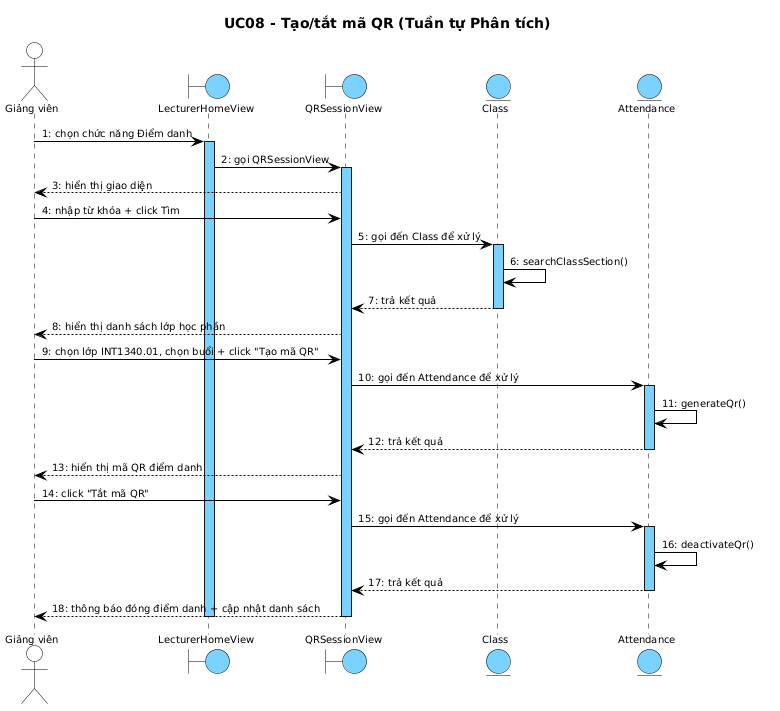
The PlantUML diagram report/diagrams/seq_analysis_uc08.png in thanhtrnnn/universe, before a commit.
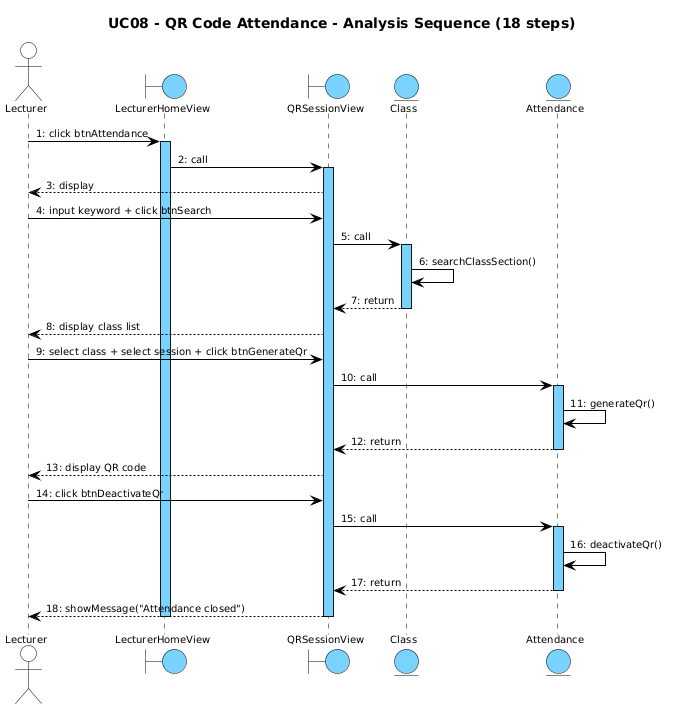
The same diagram one commit later.

Diff of the diagram source:
```diff
@@ -10,47 +10,76 @@
   FontName "Arial"
   FontSize 10
   FontColor #000000
-  boundary { BackgroundColor #7AD2FF; LineColor #000000 }
-  entity { BackgroundColor #7AD2FF; LineColor #000000 }
-  actor { BackgroundColor transparent; LineColor #000000 }
-  lifeline { LineColor #000000; LineStyle 5-5 }
-  arrow { LineColor #000000; LineThickness 1; FontSize 10 }
+
+  participant {
+    BackgroundColor #7AD2FF
+    LineColor #000000
+    LineThickness 1
+  }
+
+  actor {
+    BackgroundColor transparent
+    LineColor #000000
+  }
+  boundary {
+    BackgroundColor #7AD2FF
+    LineColor #000000
+  }
+  control {
+    BackgroundColor #7AD2FF
+    LineColor #000000
+  }
+  entity {
+    BackgroundColor #7AD2FF
+    LineColor #000000
+  }
+
+  lifeline {
+    LineColor #000000
+    LineStyle 5-5
+  }
+
+  arrow {
+    LineColor #000000
+    LineThickness 1
+    FontSize 10
+  }
 }
 </style>
-title UC08 - Tạo/tắt mã QR (Tuần tự Phân tích)
+title UC08 - QR Code Attendance - Analysis Sequence (18 steps)
 
-actor "Giảng viên" as GV
+actor "Lecturer" as Actor
 boundary LecturerHomeView
 boundary QRSessionView
 entity Class
 entity Attendance
 
-GV -> LecturerHomeView : 1: chọn chức năng Điểm danh
+Actor -> LecturerHomeView : 1: click btnAttendance
 activate LecturerHomeView
-LecturerHomeView -> QRSessionView : 2: gọi QRSessionView
+LecturerHomeView -> QRSessionView : 2: call
 activate QRSessionView
-QRSessionView --> GV : 3: hiển thị giao diện
-GV -> QRSessionView : 4: nhập từ khóa + click Tìm
-QRSessionView -> Class : 5: gọi đến Class để xử lý
+QRSessionView --> Actor : 3: display
+Actor -> QRSessionView : 4: input keyword + click btnSearch
+QRSessionView -> Class : 5: call
 activate Class
 Class -> Class : 6: searchClassSection()
-Class --> QRSessionView : 7: trả kết quả
+Class --> QRSessionView : 7: return
 deactivate Class
-QRSessionView --> GV : 8: hiển thị danh sách lớp học phần
-GV -> QRSessionView : 9: chọn lớp INT1340.01, chọn buổi + click "Tạo mã QR"
-QRSessionView -> Attendance : 10: gọi đến Attendance để xử lý
+QRSessionView --> Actor : 8: display class list
+Actor -> QRSessionView : 9: select class + select session + click btnGenerateQr
+QRSessionView -> Attendance : 10: call
 activate Attendance
 Attendance -> Attendance : 11: generateQr()
-Attendance --> QRSessionView : 12: trả kết quả
+Attendance --> QRSessionView : 12: return
 deactivate Attendance
-QRSessionView --> GV : 13: hiển thị mã QR điểm danh
-GV -> QRSessionView : 14: click "Tắt mã QR"
-QRSessionView -> Attendance : 15: gọi đến Attendance để xử lý
+QRSessionView --> Actor : 13: display QR code
+Actor -> QRSessionView : 14: click btnDeactivateQr
+QRSessionView -> Attendance : 15: call
 activate Attendance
 Attendance -> Attendance : 16: deactivateQr()
-Attendance --> QRSessionView : 17: trả kết quả
+Attendance --> QRSessionView : 17: return
 deactivate Attendance
-QRSessionView --> GV : 18: thông báo đóng điểm danh + cập nhật danh sách
+QRSessionView --> Actor : 18: showMessage("Attendance closed")
 deactivate QRSessionView
 deactivate LecturerHomeView
 @enduml
```
